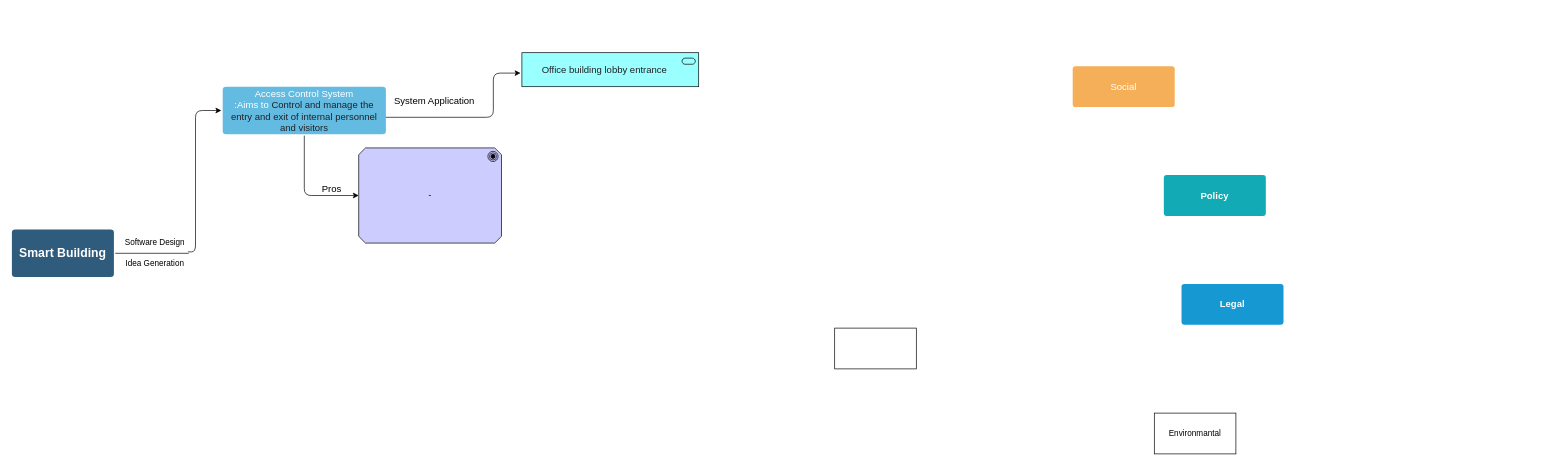
Earlier version of the draw.io diagram Untitled Diagram.drawio (Allen-W426/java-8-lambdas-exercises). Source tidied: cells renumbered, new cells numbered last; positions are measured from the earlier drawing's top-left corner, leaving out a move shared by most shapes. Both pictures are drawn from the tidied source at 68%, with x=0, y=0 at pixel (12, 52).
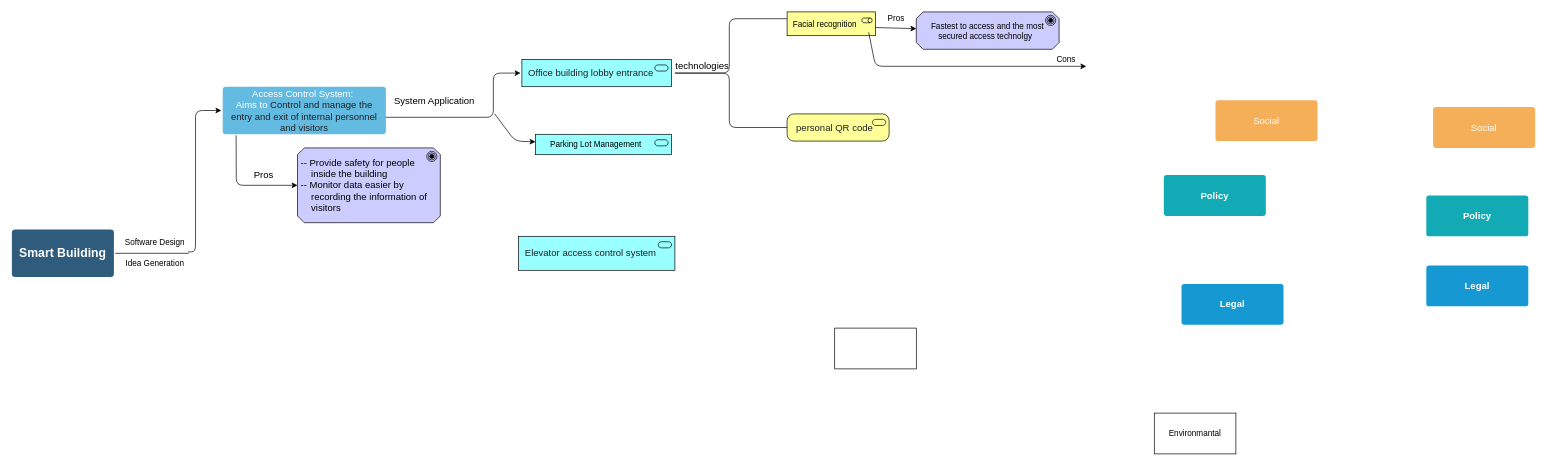
The same page after the edit.

Diff of the diagram source:
```diff
@@
-    <mxCell id="4" value="Access Control System&lt;br&gt;&lt;font style=&quot;font-size: 14px&quot;&gt;:Aims to&amp;nbsp;&lt;span style=&quot;color: rgb(32 , 33 , 36) ; font-family: &amp;#34;arial&amp;#34; , sans-serif ; text-align: left&quot;&gt;&lt;font&gt;Control and manage the entry and exit of internal personnel and visitors&lt;/font&gt;&lt;/span&gt;&lt;/font&gt;" style="rounded=1;whiteSpace=wrap;html=1;shadow=0;labelBackgroundColor=none;strokeColor=none;strokeWidth=3;fillColor=#64bbe2;fontFamily=Helvetica;fontSize=14;fontColor=#FFFFFF;align=center;spacing=5;arcSize=7;perimeterSpacing=2;" parent="1" vertex="1">
+    <mxCell id="4" value="Access Control System&lt;font style=&quot;font-size: 14px&quot;&gt;:&amp;nbsp; &lt;br&gt;Aims to&amp;nbsp;&lt;span style=&quot;color: rgb(32 , 33 , 36) ; font-family: &amp;#34;arial&amp;#34; , sans-serif ; text-align: left&quot;&gt;&lt;font&gt;Control and manage the entry and exit of internal personnel and visitors&lt;/font&gt;&lt;/span&gt;&lt;/font&gt;" style="rounded=1;whiteSpace=wrap;html=1;shadow=0;labelBackgroundColor=none;strokeColor=none;strokeWidth=3;fillColor=#64bbe2;fontFamily=Helvetica;fontSize=14;fontColor=#FFFFFF;align=center;spacing=5;arcSize=7;perimeterSpacing=2;" parent="1" vertex="1">
       <mxGeometry x="310" y="50" width="240" height="70" as="geometry" />
     </mxCell>
     <mxCell id="5" value="Social" style="rounded=1;whiteSpace=wrap;html=1;shadow=0;labelBackgroundColor=none;strokeColor=none;strokeWidth=3;fillColor=#f5af58;fontFamily=Helvetica;fontSize=14;fontColor=#FFFFFF;align=center;spacing=5;arcSize=7;perimeterSpacing=2;" parent="1" vertex="1">
-      <mxGeometry x="1560" y="20" width="150" height="60" as="geometry" />
+      <mxGeometry x="1770" y="70" width="150" height="60" as="geometry" />
     </mxCell>
@@
     <mxCell id="15" value="&lt;pre class=&quot;tw-data-text tw-text-large XcVN5d tw-ta&quot; id=&quot;tw-target-text&quot; dir=&quot;ltr&quot; style=&quot;line-height: 36px ; border: none ; padding: 2px 0.14em 2px 0px ; position: relative ; margin-top: -2px ; margin-bottom: -2px ; resize: none ; font-family: inherit ; overflow: hidden ; text-align: left ; width: 277px ; overflow-wrap: break-word ; color: rgb(32 , 33 , 36)&quot;&gt;&lt;span lang=&quot;en&quot;&gt;&lt;font style=&quot;font-size: 14px&quot;&gt;          Office building lobby entrance&lt;/font&gt;&lt;/span&gt;&lt;/pre&gt;" style="html=1;whiteSpace=wrap;fillColor=#99ffff;shape=mxgraph.archimate.application;appType=service;" parent="1" vertex="1">
-      <mxGeometry x="750" width="260" height="50" as="geometry" />
+      <mxGeometry x="750" y="10" width="220" height="40" as="geometry" />
     </mxCell>
     <mxCell id="16" value="&lt;font style=&quot;font-size: 14px&quot;&gt;Pros&lt;/font&gt;" style="text;html=1;align=center;verticalAlign=middle;" parent="1" vertex="1">
-      <mxGeometry x="450" y="190" width="40" height="20" as="geometry" />
+      <mxGeometry x="350" y="170" width="40" height="20" as="geometry" />
     </mxCell>
-    <mxCell id="17" value="-" style="html=1;outlineConnect=0;whiteSpace=wrap;fillColor=#ccccff;shape=mxgraph.archimate.motiv;motivType=goal;" parent="1" vertex="1">
-      <mxGeometry x="510" y="140" width="210" height="140" as="geometry" />
+    <mxCell id="17" value="&lt;div style=&quot;text-align: left&quot;&gt;&lt;span style=&quot;font-size: 14px&quot;&gt;&amp;nbsp;-- Provide safety for people&amp;nbsp; &amp;nbsp; &amp;nbsp; &amp;nbsp; &amp;nbsp; &amp;nbsp; &amp;nbsp; &amp;nbsp;inside the building&lt;/span&gt;&lt;/div&gt;&lt;font style=&quot;font-size: 14px&quot;&gt;&lt;div style=&quot;text-align: left&quot;&gt;&lt;span&gt;&amp;nbsp;-- Monitor data easier by&amp;nbsp; &amp;nbsp; &amp;nbsp; &amp;nbsp; &amp;nbsp; &amp;nbsp; &amp;nbsp; &amp;nbsp; &amp;nbsp; &amp;nbsp;recording the information of&amp;nbsp; &amp;nbsp; &amp;nbsp; &amp;nbsp; &amp;nbsp;visitors&lt;/span&gt;&lt;/div&gt;&lt;/font&gt;" style="html=1;outlineConnect=0;whiteSpace=wrap;fillColor=#ccccff;shape=mxgraph.archimate.motiv;motivType=goal;" parent="1" vertex="1">
+      <mxGeometry x="420" y="140" width="210" height="110" as="geometry" />
     </mxCell>
+    <mxCell id="19" value="&amp;nbsp; &amp;nbsp; &amp;nbsp; Parking Lot Management" style="html=1;outlineConnect=0;whiteSpace=wrap;fillColor=#99ffff;shape=mxgraph.archimate.application;appType=service;align=left;" parent="1" vertex="1">
+      <mxGeometry x="770" y="120" width="200" height="30" as="geometry" />
+    </mxCell>
+    <mxCell id="20" value="&lt;pre class=&quot;tw-data-text tw-text-large XcVN5d tw-ta&quot; id=&quot;tw-target-text&quot; dir=&quot;ltr&quot; style=&quot;line-height: 36px ; border: none ; padding: 2px 0.14em 2px 0px ; position: relative ; margin-top: -2px ; margin-bottom: -2px ; resize: none ; font-family: inherit ; overflow: hidden ; width: 277px ; overflow-wrap: break-word ; color: rgb(32 , 33 , 36)&quot;&gt;&lt;span lang=&quot;en&quot;&gt;&lt;font style=&quot;font-size: 14px&quot;&gt;  Elevator access control system&lt;/font&gt;&lt;/span&gt;&lt;/pre&gt;" style="html=1;whiteSpace=wrap;fillColor=#99ffff;shape=mxgraph.archimate.application;appType=service;align=left;" parent="1" vertex="1">
+      <mxGeometry x="745" y="270" width="230" height="50" as="geometry" />
+    </mxCell>
+    <mxCell id="21" style="shape=curlyBracket;whiteSpace=wrap;html=1;rounded=1;size=0.5;" parent="1" vertex="1">
+      <mxGeometry x="970" y="-50" width="170" height="160" as="geometry" />
+    </mxCell>
+    <mxCell id="22" style="endArrow=classic;html=1;" parent="1" edge="1" target="19">
+      <mxGeometry relative="1" as="geometry">
+        <mxPoint x="710" y="90" as="sourcePoint" />
+        <Array as="points">
+          <mxPoint x="740" y="130" />
+        </Array>
+      </mxGeometry>
+    </mxCell>
+    <mxCell id="23" value="&lt;font style=&quot;font-size: 14px&quot;&gt;technologies&lt;/font&gt;" style="text;html=1;align=center;verticalAlign=middle;" parent="1" vertex="1">
+      <mxGeometry x="970" y="10" width="90" height="20" as="geometry" />
+    </mxCell>
+    <mxCell id="24" value="&amp;nbsp; Facial&amp;nbsp;recognition" style="html=1;whiteSpace=wrap;fillColor=#ffff99;shape=mxgraph.archimate.application;appType=role;align=left;" parent="1" vertex="1">
+      <mxGeometry x="1140" y="-60" width="130" height="35" as="geometry" />
+    </mxCell>
+    <mxCell id="25" value="&lt;pre class=&quot;tw-data-text tw-text-large XcVN5d tw-ta&quot; id=&quot;tw-target-text&quot; dir=&quot;ltr&quot; style=&quot;line-height: 36px ; border: none ; padding: 2px 0.14em 2px 0px ; position: relative ; margin-top: -2px ; margin-bottom: -2px ; resize: none ; font-family: inherit ; overflow: hidden ; width: 277px ; overflow-wrap: break-word ; color: rgb(32 , 33 , 36)&quot;&gt;&lt;span lang=&quot;en&quot;&gt;&lt;font style=&quot;font-size: 14px&quot;&gt;   personal QR code&lt;/font&gt;&lt;/span&gt;&lt;/pre&gt;" style="html=1;whiteSpace=wrap;fillColor=#ffff99;shape=mxgraph.archimate.business;busType=service;align=left;" parent="1" vertex="1">
+      <mxGeometry x="1140" y="90" width="150" height="40" as="geometry" />
+    </mxCell>
-    <mxCell id="18" style="endArrow=classic;html=1;exitX=0.5;exitY=1;exitDx=0;exitDy=0;entryX=0;entryY=0.5;entryDx=0;entryDy=0;entryPerimeter=0;" parent="1" edge="1" source="4" target="17">
+    <mxCell id="18" style="endArrow=classic;html=1;exitX=0.089;exitY=0.993;exitDx=0;exitDy=0;exitPerimeter=0;entryX=0;entryY=0.5;entryDx=0;entryDy=0;entryPerimeter=0;" parent="1" edge="1" source="4" target="17">
       <mxGeometry relative="1" as="geometry">
         <Array as="points">
-          <mxPoint x="430" y="210" />
+          <mxPoint x="330" y="195" />
         </Array>
       </mxGeometry>
     </mxCell>
+    <mxCell id="26" style="endArrow=classic;html=1;" parent="1" edge="1" target="28">
+      <mxGeometry relative="1" as="geometry">
+        <mxPoint x="1270" y="-37" as="sourcePoint" />
+      </mxGeometry>
+    </mxCell>
+    <mxCell id="27" value="Pros" style="text;html=1;align=center;verticalAlign=middle;" parent="1" vertex="1">
+      <mxGeometry x="1280" y="-60" width="40" height="20" as="geometry" />
+    </mxCell>
+    <mxCell id="28" value="Fastest to access and the most secured access technolgy&amp;nbsp;&amp;nbsp;" style="html=1;outlineConnect=0;whiteSpace=wrap;fillColor=#ccccff;shape=mxgraph.archimate.motiv;motivType=goal;" parent="1" vertex="1">
+      <mxGeometry x="1330" y="-60" width="210" height="55" as="geometry" />
+    </mxCell>
+    <mxCell id="29" style="endArrow=classic;html=1;" parent="1" edge="1">
+      <mxGeometry relative="1" as="geometry">
+        <mxPoint x="1260" y="-30" as="sourcePoint" />
+        <mxPoint x="1580" y="20" as="targetPoint" />
+        <Array as="points">
+          <mxPoint x="1270" y="20" />
+        </Array>
+      </mxGeometry>
+    </mxCell>
+    <mxCell id="30" value="Cons" style="text;html=1;align=center;verticalAlign=middle;" parent="1" vertex="1">
+      <mxGeometry x="1530" width="40" height="20" as="geometry" />
+    </mxCell>
+    <mxCell id="31" value="Social" style="rounded=1;whiteSpace=wrap;html=1;shadow=0;labelBackgroundColor=none;strokeColor=none;strokeWidth=3;fillColor=#f5af58;fontFamily=Helvetica;fontSize=14;fontColor=#FFFFFF;align=center;spacing=5;arcSize=7;perimeterSpacing=2;" parent="1" vertex="1">
+      <mxGeometry x="2090" y="80" width="150" height="60" as="geometry" />
+    </mxCell>
+    <mxCell id="32" value="Policy" style="rounded=1;whiteSpace=wrap;html=1;shadow=0;labelBackgroundColor=none;strokeColor=none;strokeWidth=3;fillColor=#12aab5;fontFamily=Helvetica;fontSize=14;fontColor=#FFFFFF;align=center;spacing=5;fontStyle=1;arcSize=7;perimeterSpacing=2;" parent="1" vertex="1">
+      <mxGeometry x="2080" y="210" width="150" height="60" as="geometry" />
+    </mxCell>
+    <mxCell id="33" value="Legal" style="rounded=1;whiteSpace=wrap;html=1;shadow=0;labelBackgroundColor=none;strokeColor=none;strokeWidth=3;fillColor=#1699d3;fontFamily=Helvetica;fontSize=14;fontColor=#FFFFFF;align=center;spacing=5;fontStyle=1;arcSize=7;perimeterSpacing=2;" parent="1" vertex="1">
+      <mxGeometry x="2080" y="313" width="150" height="60" as="geometry" />
+    </mxCell>
```
